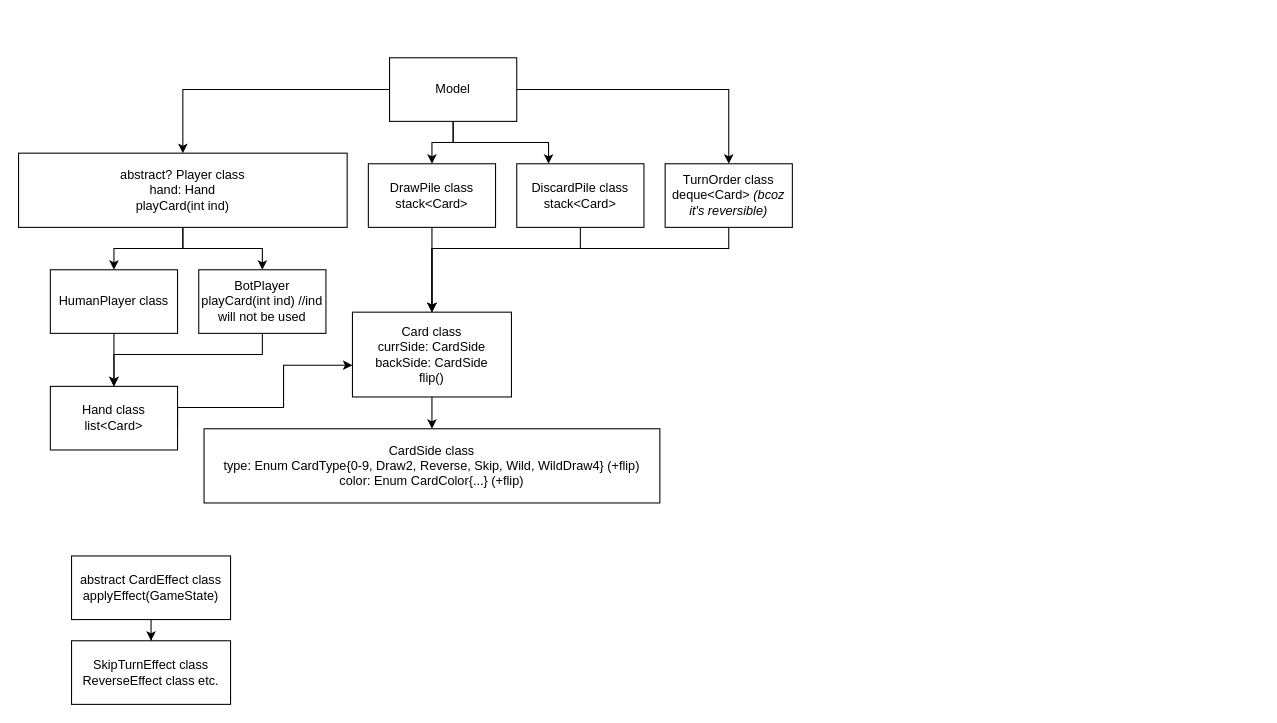
This is UnoDiagram.drawio from malikov-a-auca-2022/uno-diagram, a draw.io file, before an edit. Source tidied: cells renumbered, new cells numbered last; positions are measured from the earlier drawing's top-left corner, leaving out a move shared by most shapes. Both pictures are drawn from the tidied source at 106%, with x=0, y=0 at pixel (18, 57).
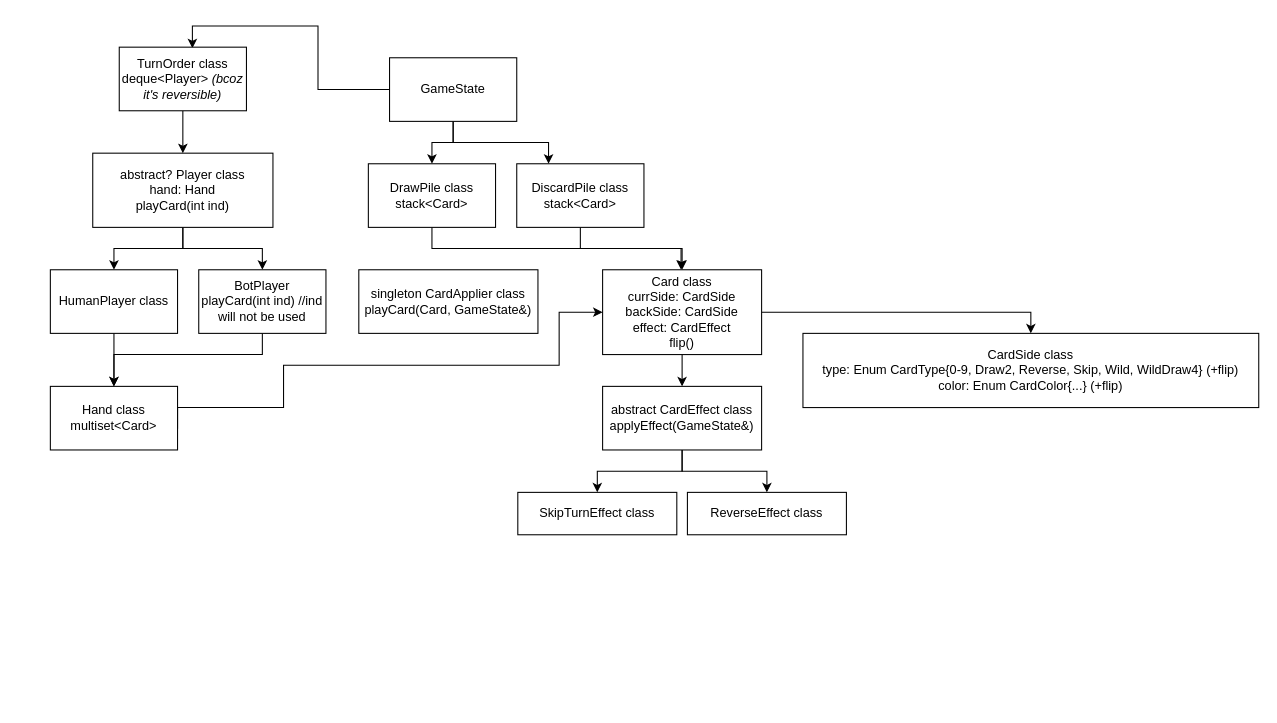
The same page after the edit.

The change refers to these unchanged cells:
```xml
<mxCell id="11" value="&lt;div&gt;DrawPile class&lt;br&gt;&lt;/div&gt;&lt;div&gt;stack&amp;lt;Card&amp;gt;&lt;br&gt;&lt;/div&gt;" style="rounded=0;whiteSpace=wrap;html=1;" parent="1" vertex="1">
  <mxGeometry x="330" y="100" width="120" height="60" as="geometry" />
</mxCell>
<mxCell id="17" value="&lt;div&gt;DiscardPile class&lt;br&gt;&lt;/div&gt;&lt;div&gt;stack&amp;lt;Card&amp;gt;&lt;br&gt;&lt;/div&gt;" style="rounded=0;whiteSpace=wrap;html=1;" parent="1" vertex="1">
  <mxGeometry x="470" y="100" width="120" height="60" as="geometry" />
</mxCell>
```

Change to the diagram source:
```diff
@@
-    <mxCell id="2" style="edgeStyle=orthogonalEdgeStyle;rounded=0;jettySize=auto;html=1;" parent="1" edge="1" source="6" target="19">
+    <mxCell id="2" style="edgeStyle=orthogonalEdgeStyle;rounded=0;jettySize=auto;html=1;entryX=0.575;entryY=0.017;entryDx=0;entryDy=0;entryPerimeter=0;" parent="1" edge="1" source="6" target="19">
       <mxGeometry relative="1" as="geometry" />
     </mxCell>
-    <mxCell id="3" style="edgeStyle=orthogonalEdgeStyle;rounded=0;jettySize=auto;html=1;" parent="1" edge="1" source="6" target="9">
-      <mxGeometry relative="1" as="geometry" />
-    </mxCell>
@@
-    <mxCell id="6" value="Model" style="rounded=0;whiteSpace=wrap;html=1;" parent="1" vertex="1">
+    <mxCell id="6" value="GameState" style="rounded=0;whiteSpace=wrap;html=1;" parent="1" vertex="1">
       <mxGeometry x="350" width="120" height="60" as="geometry" />
     </mxCell>
@@
     <mxCell id="9" value="&lt;div&gt;abstract? Player class&lt;br&gt;&lt;/div&gt;&lt;div&gt;hand: Hand&lt;/div&gt;&lt;div&gt;playCard(int ind)&lt;/div&gt;" style="rounded=0;whiteSpace=wrap;html=1;" parent="1" vertex="1">
-      <mxGeometry y="90" width="310" height="70" as="geometry" />
+      <mxGeometry x="70" y="90" width="170" height="70" as="geometry" />
     </mxCell>
     <mxCell id="10" style="edgeStyle=orthogonalEdgeStyle;rounded=0;jettySize=auto;html=1;" parent="1" edge="1" source="11" target="13">
-      <mxGeometry relative="1" as="geometry" />
+      <mxGeometry relative="1" as="geometry">
+        <Array as="points">
+          <mxPoint x="390" y="180" />
+          <mxPoint x="625" y="180" />
+        </Array>
+      </mxGeometry>
     </mxCell>
@@
+    <mxCell id="28" style="edgeStyle=orthogonalEdgeStyle;rounded=0;jettySize=auto;html=1;" parent="1" edge="1" source="13" target="26">
+      <mxGeometry relative="1" as="geometry" />
+    </mxCell>
-    <mxCell id="13" value="&lt;div&gt;Card class&lt;/div&gt;&lt;div&gt;currSide: CardSide&lt;/div&gt;&lt;div&gt;backSide: CardSide&lt;br&gt;&lt;/div&gt;&lt;div&gt;flip()&lt;br&gt;&lt;/div&gt;" style="rounded=0;whiteSpace=wrap;html=1;" parent="1" vertex="1">
-      <mxGeometry x="315" y="240" width="150" height="80" as="geometry" />
+    <mxCell id="13" value="&lt;div&gt;Card class&lt;/div&gt;&lt;div&gt;currSide: CardSide&lt;/div&gt;&lt;div&gt;backSide: CardSide&lt;/div&gt;&lt;div&gt;effect: CardEffect&lt;br&gt;&lt;/div&gt;&lt;div&gt;flip()&lt;br&gt;&lt;/div&gt;" style="rounded=0;whiteSpace=wrap;html=1;" parent="1" vertex="1">
+      <mxGeometry x="551" y="200" width="150" height="80" as="geometry" />
     </mxCell>
-    <mxCell id="14" style="edgeStyle=orthogonalEdgeStyle;rounded=0;jettySize=auto;html=1;" parent="1" edge="1" target="13">
+    <mxCell id="14" style="edgeStyle=orthogonalEdgeStyle;rounded=0;jettySize=auto;html=1;entryX=0;entryY=0.5;entryDx=0;entryDy=0;" parent="1" edge="1" target="13">
       <mxGeometry relative="1" as="geometry">
         <mxPoint x="150" y="350" as="sourcePoint" />
         <Array as="points">
           <mxPoint x="150" y="330" />
           <mxPoint x="250" y="330" />
           <mxPoint x="250" y="290" />
+          <mxPoint x="510" y="290" />
+          <mxPoint x="510" y="240" />
         </Array>
       </mxGeometry>
     </mxCell>
-    <mxCell id="15" value="&lt;div&gt;Hand class&lt;br&gt;&lt;/div&gt;&lt;div&gt;list&amp;lt;Card&amp;gt;&lt;br&gt;&lt;/div&gt;" style="rounded=0;whiteSpace=wrap;html=1;" parent="1" vertex="1">
+    <mxCell id="15" value="&lt;div&gt;Hand class&lt;br&gt;&lt;/div&gt;&lt;div&gt;multiset&amp;lt;Card&amp;gt;&lt;br&gt;&lt;/div&gt;" style="rounded=0;whiteSpace=wrap;html=1;" parent="1" vertex="1">
       <mxGeometry x="30" y="310" width="120" height="60" as="geometry" />
     </mxCell>
     <mxCell id="16" style="edgeStyle=orthogonalEdgeStyle;rounded=0;jettySize=auto;html=1;" parent="1" edge="1" source="17" target="13">
-      <mxGeometry relative="1" as="geometry">
-        <Array as="points">
-          <mxPoint x="530" y="180" />
-          <mxPoint x="390" y="180" />
-        </Array>
-      </mxGeometry>
+      <mxGeometry relative="1" as="geometry" />
     </mxCell>
@@
-    <mxCell id="18" style="edgeStyle=orthogonalEdgeStyle;rounded=0;jettySize=auto;html=1;entryX=0.5;entryY=0;entryDx=0;entryDy=0;" parent="1" edge="1" source="19" target="13">
-      <mxGeometry relative="1" as="geometry">
-        <Array as="points">
-          <mxPoint x="670" y="180" />
-          <mxPoint x="390" y="180" />
-        </Array>
-      </mxGeometry>
-    </mxCell>
-    <mxCell id="19" value="&lt;div&gt;TurnOrder class&lt;br&gt;&lt;/div&gt;&lt;div&gt;deque&amp;lt;Card&amp;gt; &lt;i&gt;(bcoz it's reversible)&lt;/i&gt;&lt;br&gt;&lt;/div&gt;" style="rounded=0;whiteSpace=wrap;html=1;" parent="1" vertex="1">
-      <mxGeometry x="610" y="100" width="120" height="60" as="geometry" />
-    </mxCell>
     <mxCell id="20" value="&lt;div&gt;CardSide class&lt;/div&gt;&lt;div&gt;type: Enum CardType{0-9, Draw2, Reverse, Skip, Wild, WildDraw4} (+flip)&lt;br&gt;&lt;/div&gt;&lt;div&gt;color: Enum CardColor{...} (+flip)&lt;/div&gt;" style="rounded=0;whiteSpace=wrap;html=1;" parent="1" vertex="1">
-      <mxGeometry x="175" y="350" width="430" height="70" as="geometry" />
+      <mxGeometry x="740" y="260" width="430" height="70" as="geometry" />
     </mxCell>
@@
+    <mxCell id="29" style="edgeStyle=orthogonalEdgeStyle;rounded=0;jettySize=auto;html=1;" parent="1" edge="1" source="26" target="32">
+      <mxGeometry relative="1" as="geometry" />
+    </mxCell>
-    <mxCell id="26" value="&lt;div&gt;abstract CardEffect class&lt;/div&gt;applyEffect(GameState)" style="rounded=0;whiteSpace=wrap;html=1;" parent="1" vertex="1">
-      <mxGeometry x="50" y="470" width="150" height="60" as="geometry" />
+    <mxCell id="26" value="&lt;div&gt;abstract CardEffect class&lt;/div&gt;applyEffect(GameState&amp;amp;)" style="rounded=0;whiteSpace=wrap;html=1;" parent="1" vertex="1">
+      <mxGeometry x="551" y="310" width="150" height="60" as="geometry" />
     </mxCell>
-    <mxCell id="27" value="&lt;div&gt;SkipTurnEffect class&lt;/div&gt;&lt;div&gt;ReverseEffect class etc.&lt;br&gt;&lt;/div&gt;" style="rounded=0;whiteSpace=wrap;html=1;" parent="1" vertex="1">
-      <mxGeometry x="50" y="550" width="150" height="60" as="geometry" />
+    <mxCell id="27" value="&lt;div&gt;SkipTurnEffect class&lt;/div&gt;" style="rounded=0;whiteSpace=wrap;html=1;" parent="1" vertex="1">
+      <mxGeometry x="471" y="410" width="150" height="40" as="geometry" />
     </mxCell>
+    <mxCell id="30" value="singleton CardApplier class&lt;br&gt;&lt;div&gt;playCard(Card, GameState&amp;amp;)&lt;/div&gt;" style="rounded=0;whiteSpace=wrap;html=1;" parent="1" vertex="1">
+      <mxGeometry x="321" y="200" width="169" height="60" as="geometry" />
+    </mxCell>
+    <mxCell id="31" style="edgeStyle=orthogonalEdgeStyle;rounded=0;jettySize=auto;html=1;" parent="1" edge="1" source="19" target="9">
+      <mxGeometry relative="1" as="geometry" />
+    </mxCell>
+    <mxCell id="19" value="&lt;div&gt;TurnOrder class&lt;br&gt;&lt;/div&gt;&lt;div&gt;deque&amp;lt;Player&amp;gt; &lt;i&gt;(bcoz it's reversible)&lt;/i&gt;&lt;br&gt;&lt;/div&gt;" style="rounded=0;whiteSpace=wrap;html=1;" parent="1" vertex="1">
+      <mxGeometry x="95" y="-10" width="120" height="60" as="geometry" />
+    </mxCell>
+    <mxCell id="32" value="ReverseEffect class" style="rounded=0;whiteSpace=wrap;html=1;" parent="1" vertex="1">
+      <mxGeometry x="631" y="410" width="150" height="40" as="geometry" />
+    </mxCell>
```
